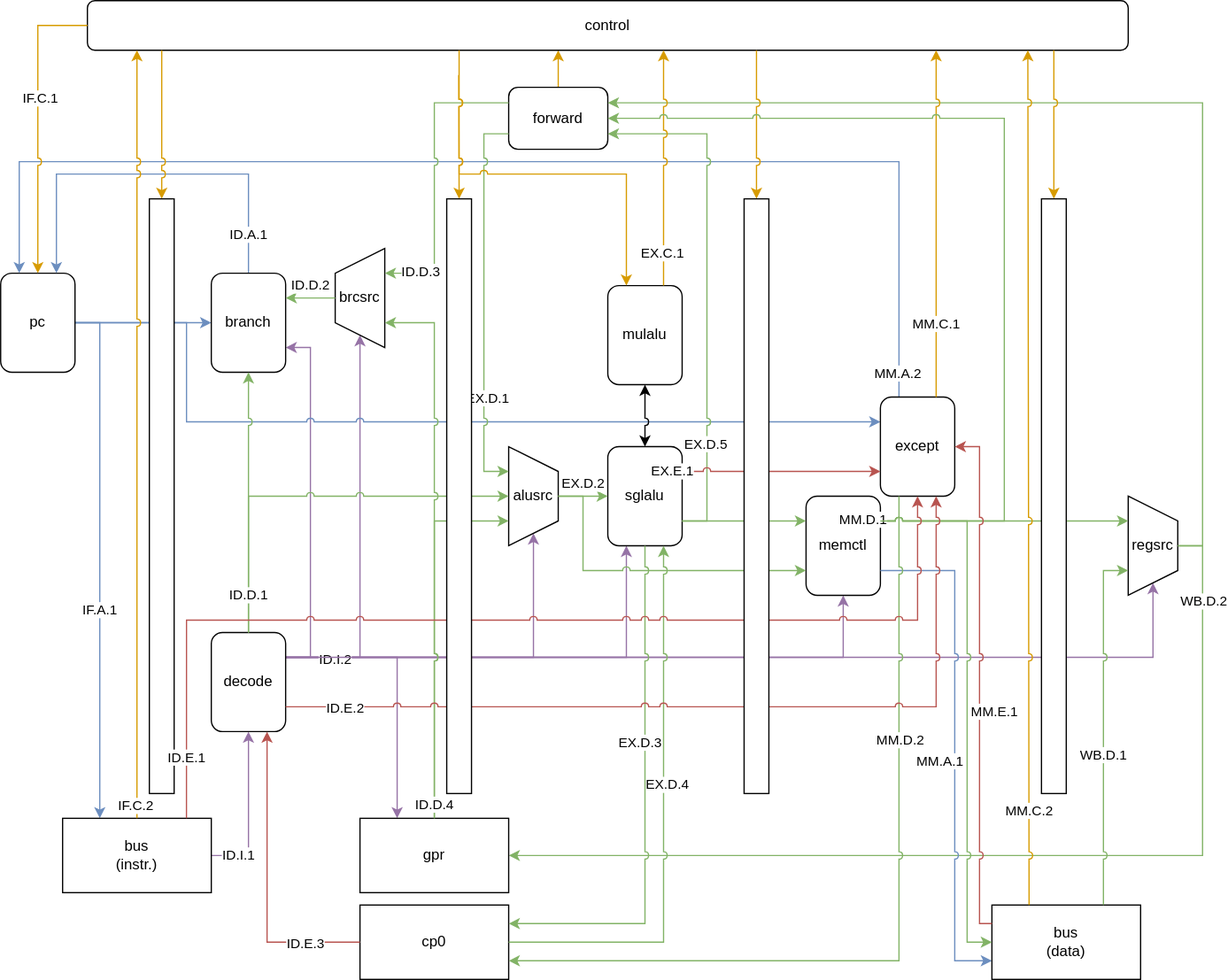
endereyewxy/NaiveMIPS keeps this draw.io diagram as datapath-2.svg. Above is the earlier version. Source tidied: cells renumbered, new cells last; positions are measured from the earlier drawing's top-left corner, leaving out a move shared by most shapes.
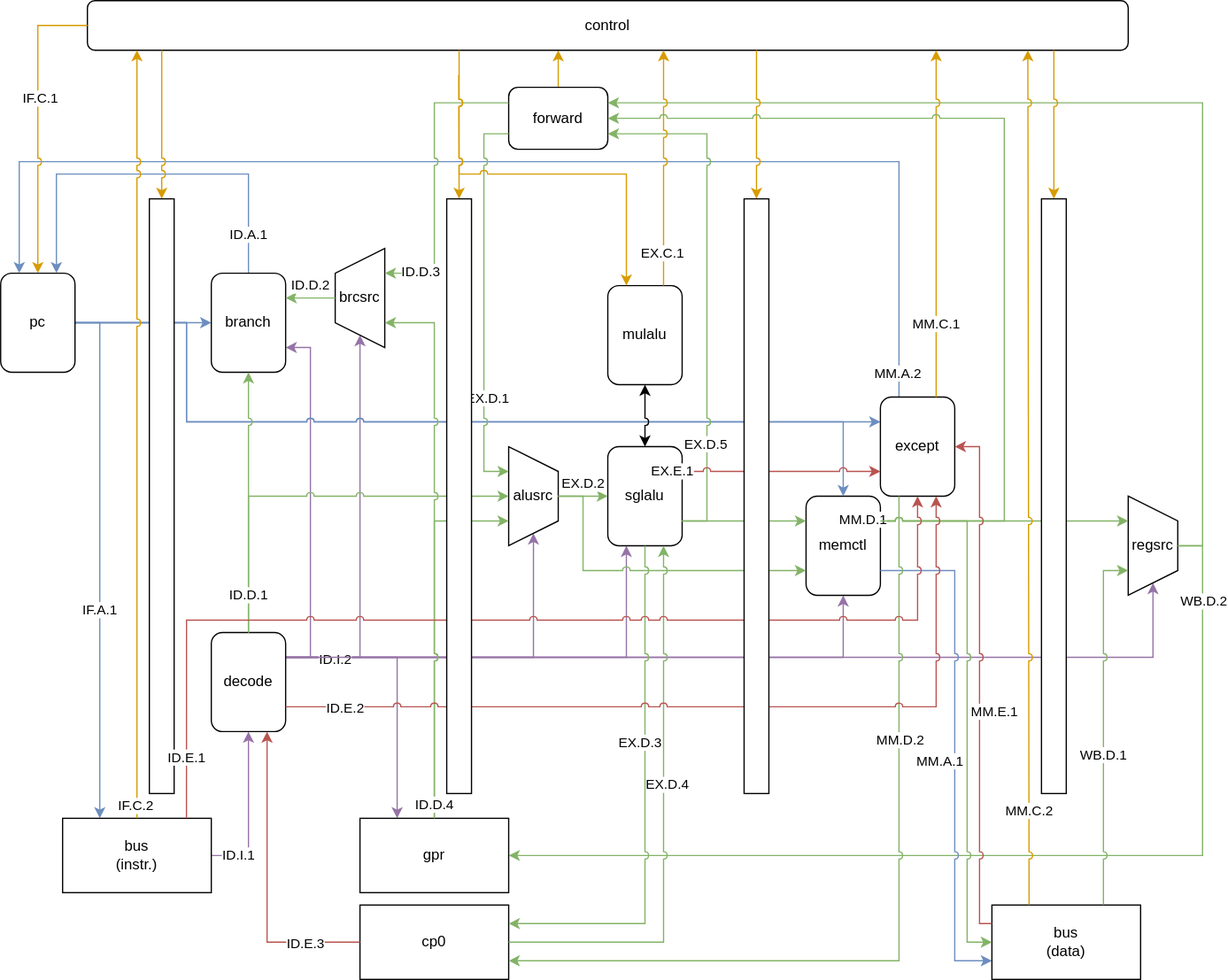
After the commit.

Commit message:
修改数据通路：处理al指令

What changed in the source:
```diff
@@ -57,6 +57,15 @@
         </Array>
       </mxGeometry>
     </mxCell>
+    <mxCell id="102" style="edgeStyle=orthogonalEdgeStyle;rounded=0;jumpStyle=arc;jettySize=auto;html=1;exitX=1;exitY=0.5;exitDx=0;exitDy=0;entryX=0.5;entryY=0;entryDx=0;entryDy=0;startArrow=none;startFill=0;fillColor=#dae8fc;strokeColor=#6c8ebf;" parent="1" edge="1" source="18" target="3">
+      <mxGeometry relative="1" as="geometry">
+        <Array as="points">
+          <mxPoint x="150" y="260" />
+          <mxPoint x="150" y="340" />
+          <mxPoint x="680" y="340" />
+        </Array>
+      </mxGeometry>
+    </mxCell>
     <mxCell id="18" value="&lt;div&gt;pc&lt;/div&gt;" style="rounded=1;whiteSpace=wrap;html=1;" parent="1" vertex="1">
       <mxGeometry y="220" width="60" height="80" as="geometry" />
     </mxCell>
```
